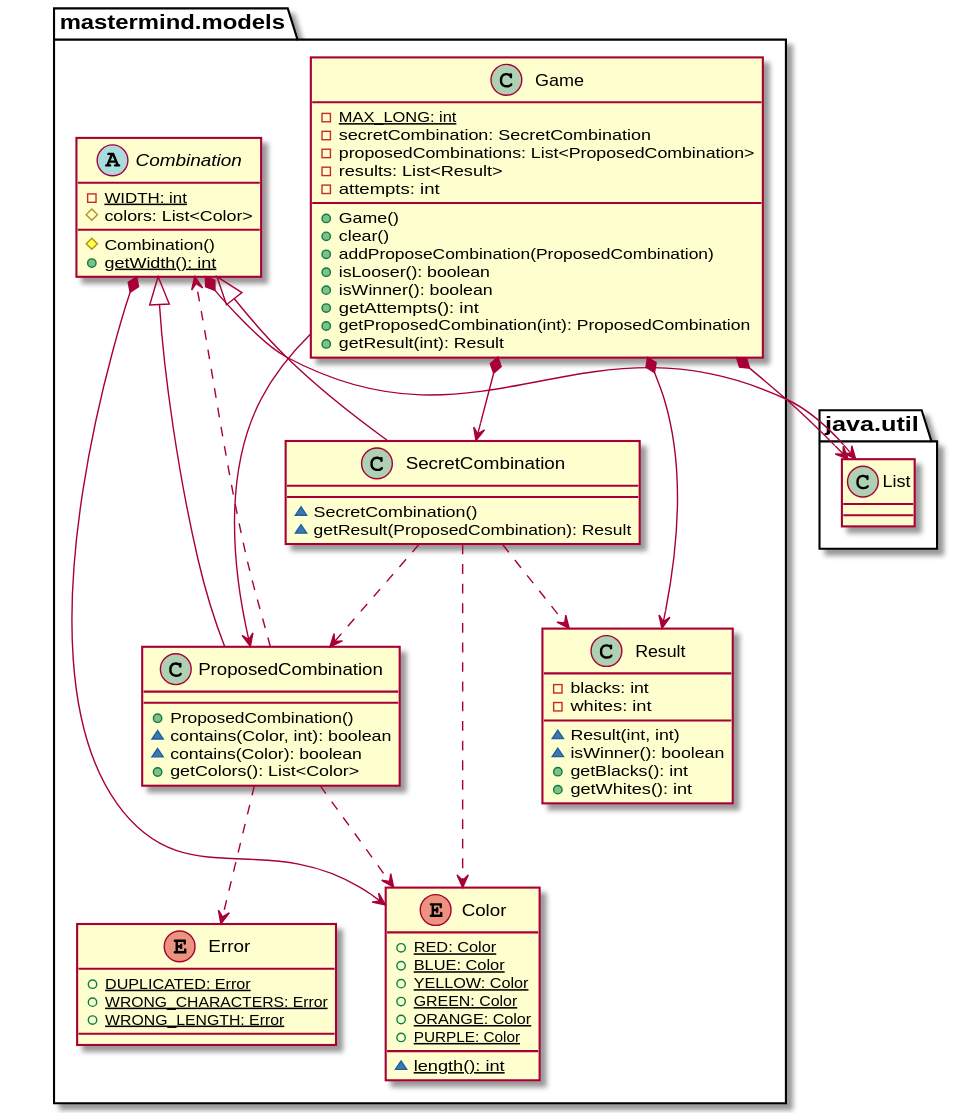
Earlier version of the PlantUML export documentView/console/docs/diagrams/out/paquetes/mastermind.models.svg (SantaTecla-mastermind/solution.java.swing.socket.sql).
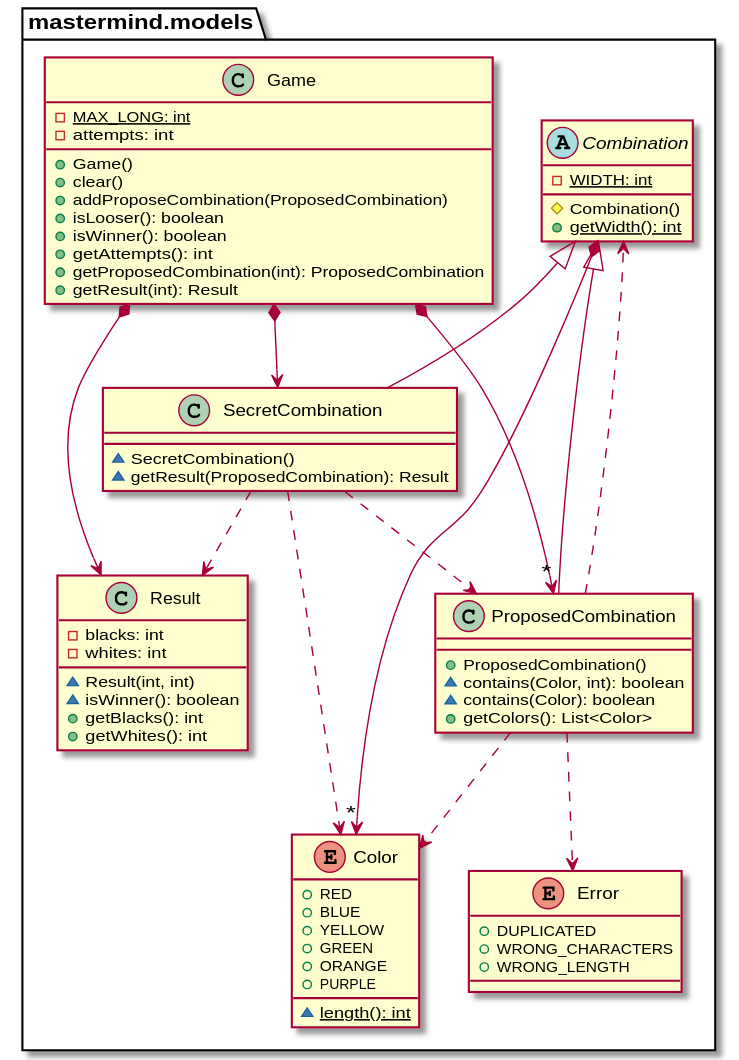
After the change.

The edit, as a diff of the source:
```diff
@@ -1,34 +1,29 @@
 @startuml
-enum  mastermind.models.Color{
-+ {static} RED: Color
-+ {static} BLUE: Color
-+ {static} YELLOW: Color
-+ {static} GREEN: Color
-+ {static} ORANGE: Color
-+ {static} PURPLE: Color
+enum mastermind.models.Color {
++ RED
++ BLUE
++ YELLOW
++ GREEN
++ ORANGE
++ PURPLE
 ~ {static} length(): int
 }
 
-abstract class  mastermind.models.Combination{
+abstract class mastermind.models.Combination {
 - {static} WIDTH: int
-# colors: List<Color>
 # Combination()
 + {static} getWidth(): int
 }
-mastermind.models.Combination *-down-> java.util.List
-mastermind.models.Combination *-down-> mastermind.models.Color
+mastermind.models.Combination *-down-> "*" mastermind.models.Color
 
-enum  mastermind.models.Error{
-+ {static} DUPLICATED: Error
-+ {static} WRONG_CHARACTERS: Error
-+ {static} WRONG_LENGTH: Error
+enum mastermind.models.Error {
++ DUPLICATED
++ WRONG_CHARACTERS
++ WRONG_LENGTH
 }
 
-class  mastermind.models.Game{
+class mastermind.models.Game {
 - {static} MAX_LONG: int
-- secretCombination: SecretCombination
-- proposedCombinations: List<ProposedCombination>
-- results: List<Result>
 - attempts: int
 + Game()
 + clear()
@@ -39,12 +34,11 @@
 + getProposedCombination(int): ProposedCombination
 + getResult(int): Result
 }
-mastermind.models.Game *-down-> java.util.List
 mastermind.models.Game *-down-> mastermind.models.SecretCombination
 mastermind.models.Game *-down-> mastermind.models.Result
-mastermind.models.Game --> mastermind.models.ProposedCombination
+mastermind.models.Game *-down-> "*" mastermind.models.ProposedCombination
 
-class  mastermind.models.ProposedCombination{
+class mastermind.models.ProposedCombination {
 + ProposedCombination()
 ~ contains(Color, int): boolean
 ~ contains(Color): boolean
@@ -54,7 +48,7 @@
 mastermind.models.ProposedCombination ..> mastermind.models.Error
 mastermind.models.ProposedCombination ..> mastermind.models.Color
 
-class  mastermind.models.Result{
+class mastermind.models.Result {
 - blacks: int
 - whites: int
 ~ Result(int, int)
@@ -65,7 +59,7 @@
 
 mastermind.models.ProposedCombination ..> mastermind.models.Combination
 
-class  mastermind.models.SecretCombination{
+class mastermind.models.SecretCombination {
 ~ SecretCombination()
 ~ getResult(ProposedCombination): Result
 }
```
